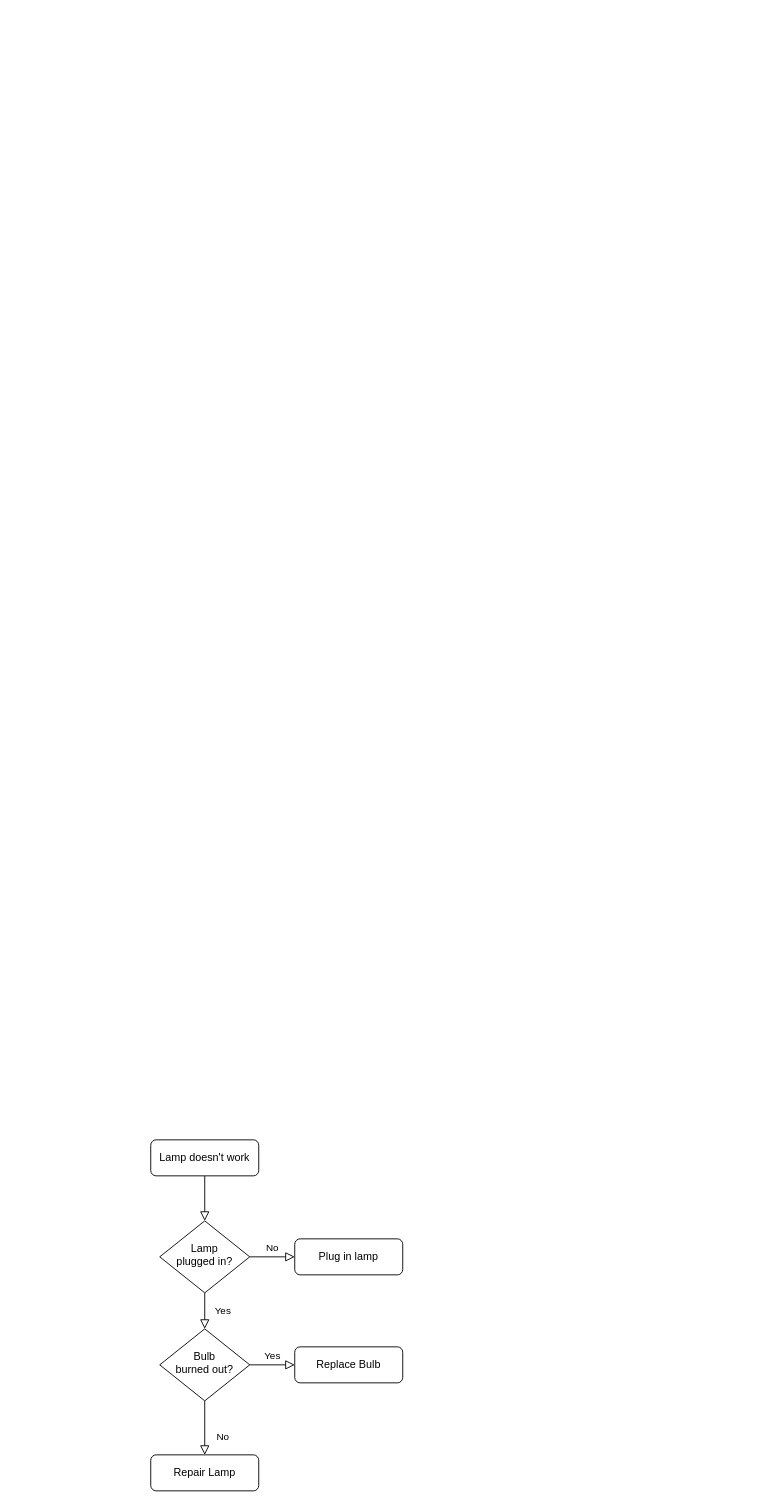
The draw.io diagram Untitled Diagram.drawio in EdsonGoncalvesJunior/Par-ou-mpar---Python3, before the edit. Source tidied: cells renumbered, new cells numbered last; positions are measured from the earlier drawing's top-left corner, leaving out a move shared by most shapes. Both pictures are drawn from the tidied source at 90%, with x=0, y=0 at pixel (150, 1139).
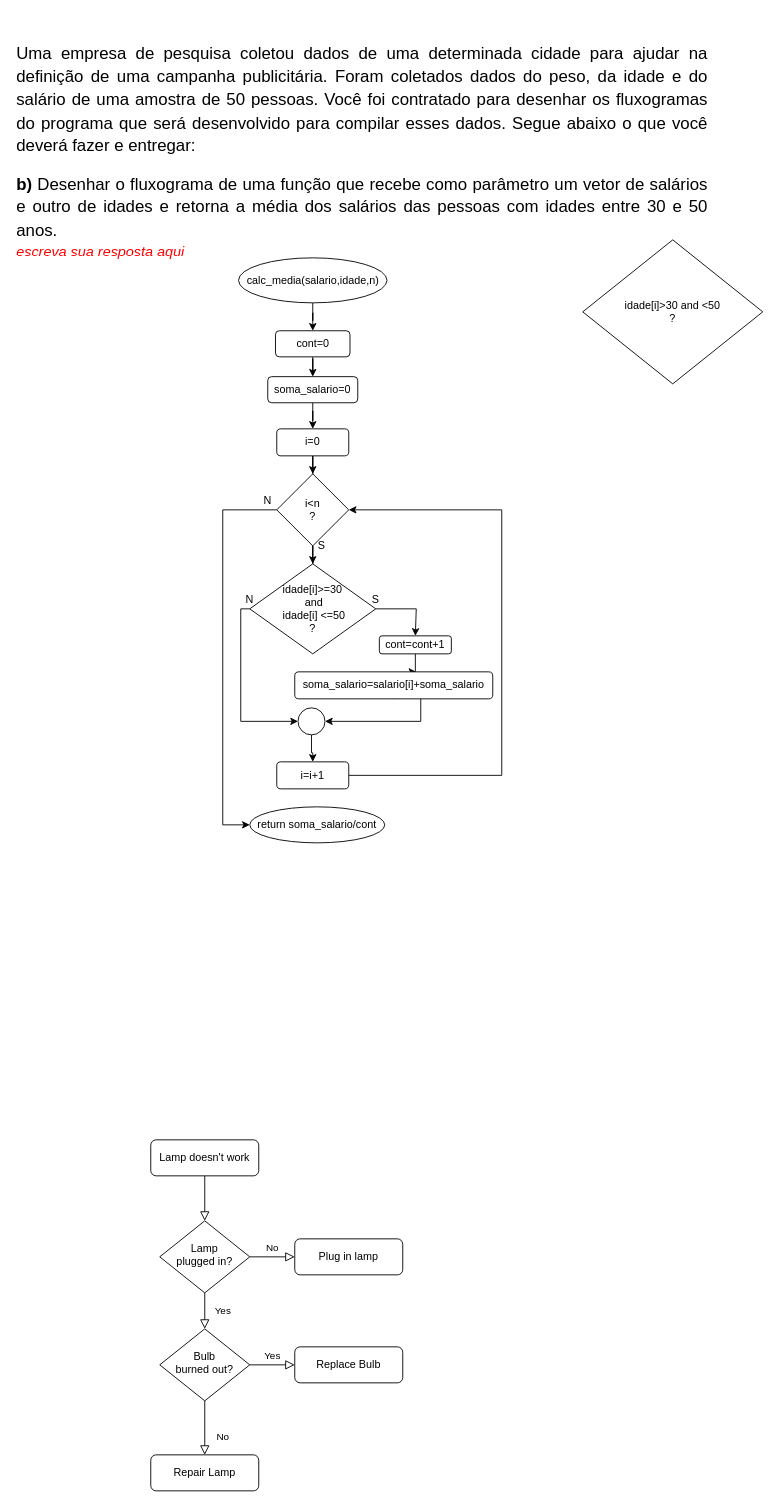
Above is the later version.

The edit, as a diff of the source:
```diff
@@
+    <mxCell id="13" value="&lt;br&gt;&lt;br&gt;&lt;b style=&quot;font-weight: normal&quot; id=&quot;docs-internal-guid-f367e695-7fff-05dd-d407-37b9cecacf52&quot;&gt;&lt;p dir=&quot;ltr&quot; style=&quot;line-height: 1.38 ; text-align: justify ; margin-top: 0pt ; margin-bottom: 0pt&quot;&gt;&lt;span style=&quot;font-size: 14pt ; font-family: &amp;#34;calibri&amp;#34; , sans-serif ; color: rgb(0 , 0 , 0) ; background-color: transparent ; font-weight: 400 ; font-style: normal ; font-variant: normal ; text-decoration: none ; vertical-align: baseline&quot;&gt;Uma empresa de pesquisa coletou dados de uma determinada cidade para ajudar na definição de uma campanha publicitária. Foram coletados dados do peso, da idade e do salário de uma amostra de 50 pessoas. Você foi contratado para desenhar os fluxogramas do programa que será desenvolvido para compilar esses dados. Segue abaixo o que você deverá fazer e entregar:&lt;/span&gt;&lt;/p&gt;&lt;p dir=&quot;ltr&quot; style=&quot;line-height: 1.38 ; text-align: justify ; margin-top: 0pt ; margin-bottom: 0pt&quot;&gt;&lt;br&gt;&lt;/p&gt;&lt;p dir=&quot;ltr&quot; style=&quot;line-height: 1.38 ; text-align: justify ; margin-top: 0pt ; margin-bottom: 0pt&quot;&gt;&lt;span style=&quot;font-size: 14pt ; font-family: &amp;#34;calibri&amp;#34; , sans-serif ; color: rgb(0 , 0 , 0) ; background-color: transparent ; font-weight: 700 ; font-style: normal ; font-variant: normal ; text-decoration: none ; vertical-align: baseline&quot;&gt;b) &lt;/span&gt;&lt;span style=&quot;font-size: 14pt ; font-family: &amp;#34;calibri&amp;#34; , sans-serif ; color: rgb(0 , 0 , 0) ; background-color: transparent ; font-weight: 400 ; font-style: normal ; font-variant: normal ; text-decoration: none ; vertical-align: baseline&quot;&gt;Desenhar o fluxograma de uma função que recebe como parâmetro um vetor de salários e outro de idades e retorna a média dos salários das pessoas com idades entre 30 e 50 anos.&lt;/span&gt;&lt;/p&gt;&lt;p dir=&quot;ltr&quot; style=&quot;line-height: 1.38 ; text-align: justify ; margin-top: 0pt ; margin-bottom: 0pt&quot;&gt;&lt;span style=&quot;font-size: 12pt ; font-family: &amp;#34;calibri&amp;#34; , sans-serif ; color: rgb(255 , 0 , 0) ; background-color: transparent ; font-weight: 400 ; font-style: italic ; font-variant: normal ; text-decoration: none ; vertical-align: baseline&quot;&gt;&lt;span id=&quot;docs-internal-guid-d81f11be-7fff-fd33-b6b5-8922388f3a95&quot;&gt;&lt;/span&gt;&lt;/span&gt;&lt;/p&gt;&lt;p dir=&quot;ltr&quot; style=&quot;line-height: 1.38 ; text-align: justify ; margin-top: 0pt ; margin-bottom: 0pt&quot;&gt;&lt;span style=&quot;font-size: 12pt ; font-family: &amp;#34;calibri&amp;#34; , sans-serif ; color: rgb(255 , 0 , 0) ; background-color: transparent ; font-weight: 400 ; font-style: italic ; font-variant: normal ; text-decoration: none ; vertical-align: baseline&quot;&gt;escreva sua resposta aqui&lt;/span&gt;&lt;/p&gt;&lt;/b&gt;&lt;br class=&quot;Apple-interchange-newline&quot;&gt;" style="text;html=1;strokeColor=none;fillColor=none;align=center;verticalAlign=middle;whiteSpace=wrap;rounded=0;" parent="1" vertex="1">
+      <mxGeometry x="-150" y="-1240" width="770" height="270" as="geometry" />
+    </mxCell>
+    <mxCell id="14" style="edgeStyle=orthogonalEdgeStyle;rounded=0;jettySize=auto;html=1;entryX=0.5;entryY=0;entryDx=0;entryDy=0;" parent="1" edge="1" source="15" target="32">
+      <mxGeometry relative="1" as="geometry" />
+    </mxCell>
+    <mxCell id="15" value="calc_media(salario,idade,n)" style="ellipse;whiteSpace=wrap;html=1;" parent="1" vertex="1">
+      <mxGeometry x="97.5" y="-980" width="165" height="50" as="geometry" />
+    </mxCell>
+    <mxCell id="16" style="edgeStyle=orthogonalEdgeStyle;rounded=0;jettySize=auto;html=1;entryX=0.5;entryY=0;entryDx=0;entryDy=0;" parent="1" edge="1" source="17" target="23">
+      <mxGeometry relative="1" as="geometry" />
+    </mxCell>
+    <mxCell id="17" value="i=0" style="rounded=1;whiteSpace=wrap;html=1;" parent="1" vertex="1">
+      <mxGeometry x="140" y="-790" width="80" height="30" as="geometry" />
+    </mxCell>
+    <mxCell id="18" style="edgeStyle=orthogonalEdgeStyle;rounded=0;jettySize=auto;html=1;entryX=0.5;entryY=0;entryDx=0;entryDy=0;" parent="1" edge="1" source="19" target="17">
+      <mxGeometry relative="1" as="geometry" />
+    </mxCell>
+    <mxCell id="19" value="soma_salario=0" style="rounded=1;whiteSpace=wrap;html=1;" parent="1" vertex="1">
+      <mxGeometry x="130" y="-848" width="100" height="29" as="geometry" />
+    </mxCell>
+    <mxCell id="20" value="return soma_salario/cont" style="ellipse;whiteSpace=wrap;html=1;" parent="1" vertex="1">
+      <mxGeometry x="110" y="-370" width="150" height="40" as="geometry" />
+    </mxCell>
+    <mxCell id="21" style="edgeStyle=orthogonalEdgeStyle;rounded=0;jettySize=auto;html=1;entryX=0.5;entryY=0;entryDx=0;entryDy=0;" parent="1" edge="1" source="23" target="28">
+      <mxGeometry relative="1" as="geometry" />
+    </mxCell>
+    <mxCell id="22" style="edgeStyle=orthogonalEdgeStyle;rounded=0;jettySize=auto;html=1;entryX=0;entryY=0.5;entryDx=0;entryDy=0;" parent="1" edge="1" source="23" target="20">
+      <mxGeometry relative="1" as="geometry">
+        <Array as="points">
+          <mxPoint x="80" y="-700" />
+          <mxPoint x="80" y="-350" />
+        </Array>
+      </mxGeometry>
+    </mxCell>
+    <mxCell id="23" value="i&amp;lt;n&lt;br&gt;?" style="rhombus;whiteSpace=wrap;html=1;" parent="1" vertex="1">
+      <mxGeometry x="140" y="-740" width="80" height="80" as="geometry" />
+    </mxCell>
+    <mxCell id="24" style="edgeStyle=orthogonalEdgeStyle;rounded=0;jettySize=auto;html=1;entryX=1;entryY=0.5;entryDx=0;entryDy=0;" parent="1" edge="1" source="25" target="23">
+      <mxGeometry relative="1" as="geometry">
+        <Array as="points">
+          <mxPoint x="390" y="-405" />
+          <mxPoint x="390" y="-700" />
+        </Array>
+      </mxGeometry>
+    </mxCell>
+    <mxCell id="25" value="i=i+1" style="rounded=1;whiteSpace=wrap;html=1;" parent="1" vertex="1">
+      <mxGeometry x="140" y="-420" width="80" height="30" as="geometry" />
+    </mxCell>
+    <mxCell id="26" style="edgeStyle=orthogonalEdgeStyle;rounded=0;jettySize=auto;html=1;entryX=0.5;entryY=0;entryDx=0;entryDy=0;" parent="1" edge="1" source="28" target="30">
+      <mxGeometry relative="1" as="geometry">
+        <Array as="points">
+          <mxPoint x="295" y="-590" />
+        </Array>
+      </mxGeometry>
+    </mxCell>
+    <mxCell id="27" style="edgeStyle=orthogonalEdgeStyle;rounded=0;jettySize=auto;html=1;entryX=0;entryY=0.5;entryDx=0;entryDy=0;" parent="1" edge="1" source="28" target="36">
+      <mxGeometry relative="1" as="geometry">
+        <Array as="points">
+          <mxPoint x="100" y="-590" />
+          <mxPoint x="100" y="-465" />
+        </Array>
+      </mxGeometry>
+    </mxCell>
+    <mxCell id="28" value="idade[i]&amp;gt;=30&lt;br&gt;&amp;nbsp;and&lt;br&gt;&amp;nbsp;idade[i]&amp;nbsp;&amp;lt;=50&lt;br&gt;?" style="rhombus;whiteSpace=wrap;html=1;" parent="1" vertex="1">
+      <mxGeometry x="110" y="-640" width="140" height="100" as="geometry" />
+    </mxCell>
+    <mxCell id="29" style="edgeStyle=orthogonalEdgeStyle;rounded=0;jettySize=auto;html=1;entryX=0.614;entryY=0.033;entryDx=0;entryDy=0;entryPerimeter=0;" parent="1" edge="1" source="30" target="34">
+      <mxGeometry relative="1" as="geometry" />
+    </mxCell>
+    <mxCell id="30" value="cont=cont+1" style="rounded=1;whiteSpace=wrap;html=1;" parent="1" vertex="1">
+      <mxGeometry x="254" y="-560" width="80" height="20" as="geometry" />
+    </mxCell>
+    <mxCell id="31" style="edgeStyle=orthogonalEdgeStyle;rounded=0;jettySize=auto;html=1;" parent="1" edge="1" source="32" target="19">
+      <mxGeometry relative="1" as="geometry" />
+    </mxCell>
+    <mxCell id="32" value="cont=0" style="rounded=1;whiteSpace=wrap;html=1;" parent="1" vertex="1">
+      <mxGeometry x="138.6" y="-899" width="82.8" height="29" as="geometry" />
+    </mxCell>
+    <mxCell id="33" style="edgeStyle=orthogonalEdgeStyle;rounded=0;jettySize=auto;html=1;entryX=1;entryY=0.5;entryDx=0;entryDy=0;exitX=0.5;exitY=1;exitDx=0;exitDy=0;" parent="1" edge="1" source="34" target="36">
+      <mxGeometry relative="1" as="geometry">
+        <Array as="points">
+          <mxPoint x="300" y="-500" />
+          <mxPoint x="300" y="-465" />
+        </Array>
+      </mxGeometry>
+    </mxCell>
+    <mxCell id="34" value="soma_salario=salario[i]+soma_salario" style="rounded=1;whiteSpace=wrap;html=1;" parent="1" vertex="1">
+      <mxGeometry x="160" y="-520" width="220" height="30" as="geometry" />
+    </mxCell>
+    <mxCell id="35" style="edgeStyle=orthogonalEdgeStyle;rounded=0;jettySize=auto;html=1;entryX=0.5;entryY=0;entryDx=0;entryDy=0;" parent="1" edge="1" source="36" target="25">
+      <mxGeometry relative="1" as="geometry" />
+    </mxCell>
+    <mxCell id="36" style="ellipse;whiteSpace=wrap;html=1;" parent="1" vertex="1">
+      <mxGeometry x="163.6" y="-480" width="30" height="30" as="geometry" />
+    </mxCell>
+    <mxCell id="37" value="S" style="text;html=1;strokeColor=none;fillColor=none;align=center;verticalAlign=middle;whiteSpace=wrap;rounded=0;" parent="1" vertex="1">
+      <mxGeometry x="170" y="-670" width="40" height="20" as="geometry" />
+    </mxCell>
+    <mxCell id="38" value="S" style="text;html=1;strokeColor=none;fillColor=none;align=center;verticalAlign=middle;whiteSpace=wrap;rounded=0;" parent="1" vertex="1">
+      <mxGeometry x="230" y="-610" width="40" height="20" as="geometry" />
+    </mxCell>
+    <mxCell id="39" value="N" style="text;html=1;strokeColor=none;fillColor=none;align=center;verticalAlign=middle;whiteSpace=wrap;rounded=0;" parent="1" vertex="1">
+      <mxGeometry x="90" y="-610" width="40" height="20" as="geometry" />
+    </mxCell>
+    <mxCell id="40" value="N" style="text;html=1;strokeColor=none;fillColor=none;align=center;verticalAlign=middle;whiteSpace=wrap;rounded=0;" parent="1" vertex="1">
+      <mxGeometry x="110" y="-720" width="40" height="20" as="geometry" />
+    </mxCell>
+    <mxCell id="41" value="idade[i]&amp;gt;30 and &amp;lt;50&lt;br&gt;?" style="rhombus;whiteSpace=wrap;html=1;" parent="1" vertex="1">
+      <mxGeometry x="480" y="-1000" width="200" height="160" as="geometry" />
+    </mxCell>
```
